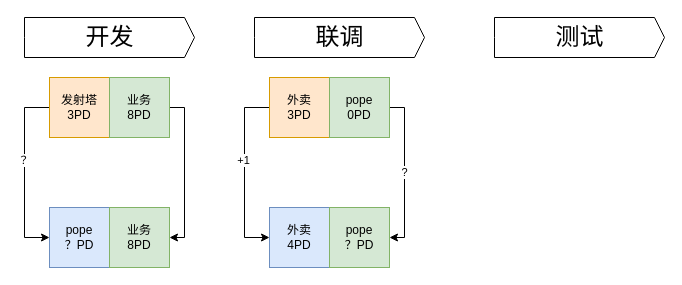
Above: 未命名绘图.drawio in jankin3/study-docs (draw.io), before the change. Source tidied: cells renumbered, new cells numbered last; positions are measured from the earlier drawing's top-left corner, leaving out a move shared by most shapes. Both pictures are drawn from the tidied source at 100%, with x=0, y=0 at pixel (24, 17).
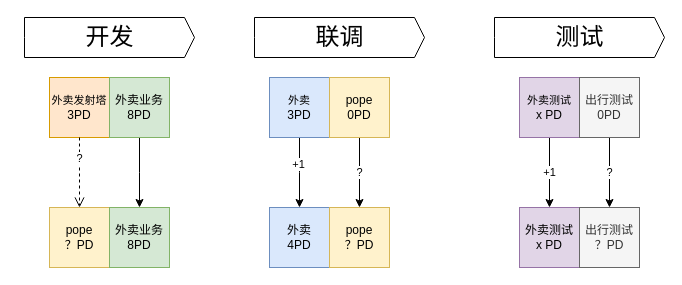
After the change.

Commit message:
更新未命名绘图.drawio

The change refers to these unchanged cells:
```xml
<mxCell id="17" value="外卖&lt;div&gt;4PD&lt;/div&gt;" style="rounded=0;whiteSpace=wrap;html=1;fillColor=#dae8fc;strokeColor=#6c8ebf;" parent="1" vertex="1">
  <mxGeometry x="245" y="190" width="60" height="60" as="geometry" />
</mxCell>
```

What changed in the source:
```diff
@@
-    <mxCell id="2" style="edgeStyle=elbowEdgeStyle;rounded=0;jettySize=auto;html=1;entryX=0;entryY=0.5;entryDx=0;entryDy=0;" parent="1" edge="1" source="4" target="10">
-      <mxGeometry relative="1" as="geometry">
-        <Array as="points">
-          <mxPoint y="150" />
-        </Array>
-      </mxGeometry>
-    </mxCell>
-    <mxCell id="3" value="？" style="edgeLabel;html=1;align=center;verticalAlign=middle;" parent="2" vertex="1">
-      <mxGeometry x="-0.14" y="-2" relative="1" as="geometry" />
-    </mxCell>
-    <mxCell id="4" value="发射塔3PD" style="rounded=0;whiteSpace=wrap;html=1;fillColor=#ffe6cc;strokeColor=#d79b00;" parent="1" vertex="1">
+    <mxCell id="4" value="&lt;font style=&quot;font-size: 11px;&quot;&gt;外卖发射塔&lt;/font&gt;&lt;div&gt;3PD&lt;/div&gt;" style="rounded=0;whiteSpace=wrap;html=1;fillColor=#ffe6cc;strokeColor=#d79b00;" parent="1" vertex="1">
       <mxGeometry x="25" y="60" width="60" height="60" as="geometry" />
     </mxCell>
@@
-    <mxCell id="8" style="edgeStyle=elbowEdgeStyle;rounded=0;jettySize=auto;html=1;exitX=1;exitY=0.5;exitDx=0;exitDy=0;entryX=1;entryY=0.5;entryDx=0;entryDy=0;" parent="1" edge="1" source="9" target="11">
-      <mxGeometry relative="1" as="geometry">
-        <Array as="points">
-          <mxPoint x="160" y="150" />
-        </Array>
-      </mxGeometry>
+    <mxCell id="8" style="edgeStyle=elbowEdgeStyle;rounded=0;jettySize=auto;html=1;exitX=0.5;exitY=1;exitDx=0;exitDy=0;entryX=0.5;entryY=0;entryDx=0;entryDy=0;" parent="1" edge="1" source="9" target="11">
+      <mxGeometry relative="1" as="geometry" />
     </mxCell>
-    <mxCell id="9" value="业务&lt;div&gt;8PD&lt;/div&gt;" style="rounded=0;whiteSpace=wrap;html=1;fillColor=#d5e8d4;strokeColor=#82b366;" parent="1" vertex="1">
+    <mxCell id="9" value="外卖业务&lt;div&gt;8PD&lt;/div&gt;" style="rounded=0;whiteSpace=wrap;html=1;fillColor=#d5e8d4;strokeColor=#82b366;" parent="1" vertex="1">
       <mxGeometry x="85" y="60" width="60" height="60" as="geometry" />
     </mxCell>
-    <mxCell id="10" value="pope&lt;div&gt;？PD&lt;/div&gt;" style="rounded=0;whiteSpace=wrap;html=1;fillColor=#dae8fc;strokeColor=#6c8ebf;" parent="1" vertex="1">
+    <mxCell id="10" value="pope&lt;div&gt;？PD&lt;/div&gt;" style="rounded=0;whiteSpace=wrap;html=1;fillColor=#fff2cc;strokeColor=#d6b656;" parent="1" vertex="1">
       <mxGeometry x="25" y="190" width="60" height="60" as="geometry" />
     </mxCell>
-    <mxCell id="11" value="业务&lt;div&gt;8PD&lt;/div&gt;" style="rounded=0;whiteSpace=wrap;html=1;fillColor=#d5e8d4;strokeColor=#82b366;" parent="1" vertex="1">
+    <mxCell id="11" value="外卖业务&lt;div&gt;8PD&lt;/div&gt;" style="rounded=0;whiteSpace=wrap;html=1;fillColor=#d5e8d4;strokeColor=#82b366;" parent="1" vertex="1">
       <mxGeometry x="85" y="190" width="60" height="60" as="geometry" />
     </mxCell>
-    <mxCell id="12" style="edgeStyle=elbowEdgeStyle;rounded=0;jettySize=auto;html=1;entryX=0;entryY=0.5;entryDx=0;entryDy=0;" parent="1" edge="1" source="14" target="17">
-      <mxGeometry relative="1" as="geometry">
-        <Array as="points">
-          <mxPoint x="220" y="150" />
-        </Array>
-      </mxGeometry>
+    <mxCell id="12" style="edgeStyle=elbowEdgeStyle;rounded=0;jettySize=auto;html=1;exitX=0.5;exitY=1;exitDx=0;exitDy=0;entryX=0.5;entryY=0;entryDx=0;entryDy=0;" parent="1" edge="1" source="14" target="17">
+      <mxGeometry relative="1" as="geometry" />
     </mxCell>
     <mxCell id="13" value="+1" style="edgeLabel;html=1;align=center;verticalAlign=middle;" parent="12" vertex="1">
-      <mxGeometry x="-0.14" y="-2" relative="1" as="geometry" />
+      <mxGeometry x="-0.27" y="-2" relative="1" as="geometry" />
     </mxCell>
-    <mxCell id="14" value="外卖&lt;div&gt;3PD&lt;/div&gt;" style="rounded=0;whiteSpace=wrap;html=1;fillColor=#ffe6cc;strokeColor=#d79b00;" parent="1" vertex="1">
+    <mxCell id="14" value="&lt;div&gt;&lt;font style=&quot;font-size: 11px;&quot;&gt;外卖&lt;/font&gt;&lt;/div&gt;&lt;div&gt;3PD&lt;/div&gt;" style="rounded=0;whiteSpace=wrap;html=1;fillColor=#dae8fc;strokeColor=#6c8ebf;" parent="1" vertex="1">
       <mxGeometry x="245" y="60" width="60" height="60" as="geometry" />
     </mxCell>
-    <mxCell id="15" value="?" style="edgeStyle=elbowEdgeStyle;rounded=0;jettySize=auto;html=1;exitX=1;exitY=0.5;exitDx=0;exitDy=0;entryX=1;entryY=0.5;entryDx=0;entryDy=0;elbow=vertical;" parent="1" edge="1" source="16" target="18">
-      <mxGeometry relative="1" as="geometry">
-        <Array as="points">
-          <mxPoint x="380" y="150" />
-        </Array>
-      </mxGeometry>
+    <mxCell id="15" value="?" style="edgeStyle=elbowEdgeStyle;rounded=0;jettySize=auto;html=1;exitX=0.5;exitY=1;exitDx=0;exitDy=0;entryX=0.5;entryY=0;entryDx=0;entryDy=0;elbow=vertical;" parent="1" edge="1" source="16" target="18">
+      <mxGeometry relative="1" as="geometry" />
     </mxCell>
-    <mxCell id="16" value="pope&lt;div&gt;0PD&lt;/div&gt;" style="rounded=0;whiteSpace=wrap;html=1;fillColor=#d5e8d4;strokeColor=#82b366;" parent="1" vertex="1">
+    <mxCell id="16" value="pope&lt;div&gt;0PD&lt;/div&gt;" style="rounded=0;whiteSpace=wrap;html=1;fillColor=#fff2cc;strokeColor=#d6b656;" parent="1" vertex="1">
       <mxGeometry x="305" y="60" width="60" height="60" as="geometry" />
     </mxCell>
@@
-    <mxCell id="18" value="pope&lt;div&gt;？PD&lt;/div&gt;" style="rounded=0;whiteSpace=wrap;html=1;fillColor=#d5e8d4;strokeColor=#82b366;" parent="1" vertex="1">
+    <mxCell id="18" value="pope&lt;div&gt;？PD&lt;/div&gt;" style="rounded=0;whiteSpace=wrap;html=1;fillColor=#fff2cc;strokeColor=#d6b656;" parent="1" vertex="1">
       <mxGeometry x="305" y="190" width="60" height="60" as="geometry" />
     </mxCell>
+    <mxCell id="19" value="+1" style="edgeStyle=elbowEdgeStyle;rounded=0;jettySize=auto;html=1;exitX=0.5;exitY=1;exitDx=0;exitDy=0;entryX=0.5;entryY=0;entryDx=0;entryDy=0;elbow=vertical;" parent="1" edge="1" source="21" target="24">
+      <mxGeometry x="-0.01" relative="1" as="geometry" />
+    </mxCell>
+    <mxCell id="20" style="edgeLabel;html=1;align=center;verticalAlign=middle;" parent="19" vertex="1">
+      <mxGeometry x="-0.36" y="1" relative="1" as="geometry" />
+    </mxCell>
+    <mxCell id="21" value="&lt;div&gt;&lt;font style=&quot;font-size: 11px;&quot;&gt;外卖测试&lt;/font&gt;&lt;/div&gt;&lt;div&gt;x PD&lt;/div&gt;" style="rounded=0;whiteSpace=wrap;html=1;fillColor=#e1d5e7;strokeColor=#9673a6;" parent="1" vertex="1">
+      <mxGeometry x="495" y="60" width="60" height="60" as="geometry" />
+    </mxCell>
+    <mxCell id="22" value="?" style="edgeStyle=elbowEdgeStyle;rounded=0;jettySize=auto;html=1;exitX=0.5;exitY=1;exitDx=0;exitDy=0;entryX=0.5;entryY=0;entryDx=0;entryDy=0;elbow=vertical;" parent="1" edge="1" source="23" target="25">
+      <mxGeometry relative="1" as="geometry" />
+    </mxCell>
+    <mxCell id="23" value="出行测试&lt;div&gt;0PD&lt;/div&gt;" style="rounded=0;whiteSpace=wrap;html=1;fillColor=#f5f5f5;strokeColor=#666666;fontColor=#333333;" parent="1" vertex="1">
+      <mxGeometry x="555" y="60" width="60" height="60" as="geometry" />
+    </mxCell>
+    <mxCell id="24" value="外卖测试&lt;div&gt;x PD&lt;/div&gt;" style="rounded=0;whiteSpace=wrap;html=1;fillColor=#e1d5e7;strokeColor=#9673a6;" parent="1" vertex="1">
+      <mxGeometry x="495" y="190" width="60" height="60" as="geometry" />
+    </mxCell>
+    <mxCell id="25" value="出行测试&lt;div&gt;？PD&lt;/div&gt;" style="rounded=0;whiteSpace=wrap;html=1;fillColor=#f5f5f5;strokeColor=#666666;fontColor=#333333;" parent="1" vertex="1">
+      <mxGeometry x="555" y="190" width="60" height="60" as="geometry" />
+    </mxCell>
+    <mxCell id="26" value="?" style="html=1;verticalAlign=bottom;endArrow=open;dashed=1;endSize=8;curved=0;rounded=0;exitX=0.5;exitY=1;exitDx=0;exitDy=0;" parent="1" edge="1" source="4">
+      <mxGeometry x="-0.14" relative="1" as="geometry">
+        <mxPoint x="55" y="190" as="targetPoint" />
+      </mxGeometry>
+    </mxCell>
```
